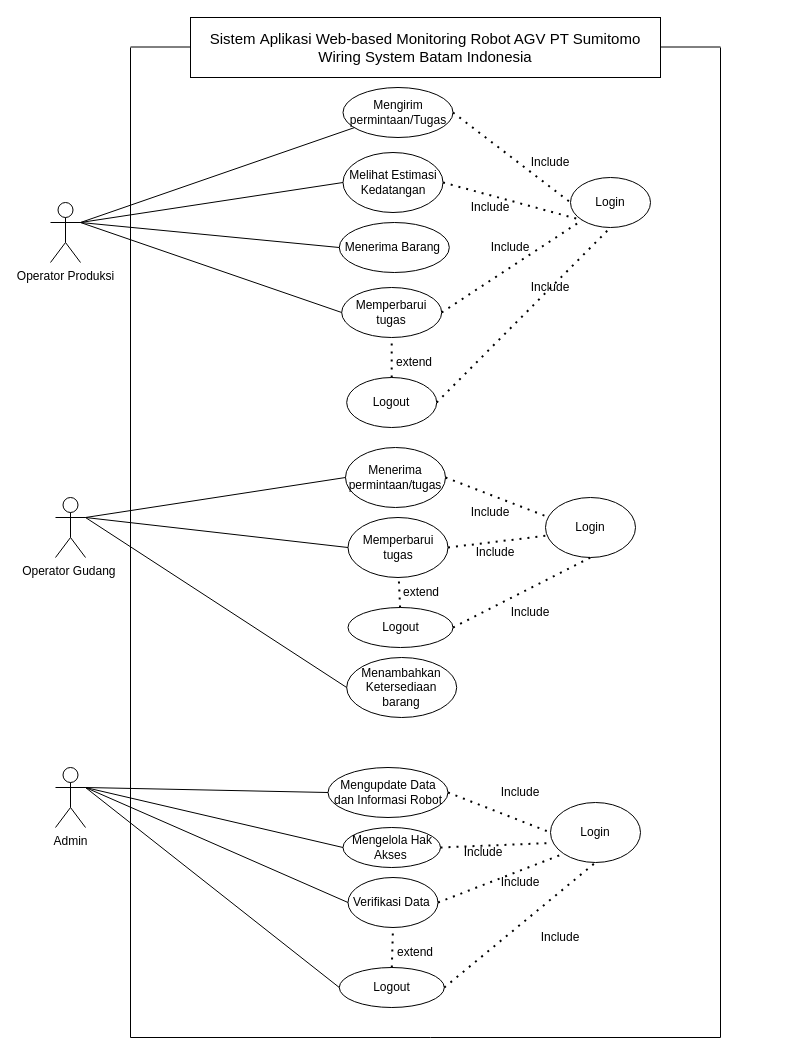
Earlier version of the draw.io diagram Usecase diagram_PBL IF-08.drawio (MANGasu50/PBLIF-08). Source tidied: cells renumbered, new cells numbered last; positions are measured from the earlier drawing's top-left corner, leaving out a move shared by most shapes. Both pictures are drawn from the tidied source at 100%, with x=0, y=0 at pixel (50, 17).
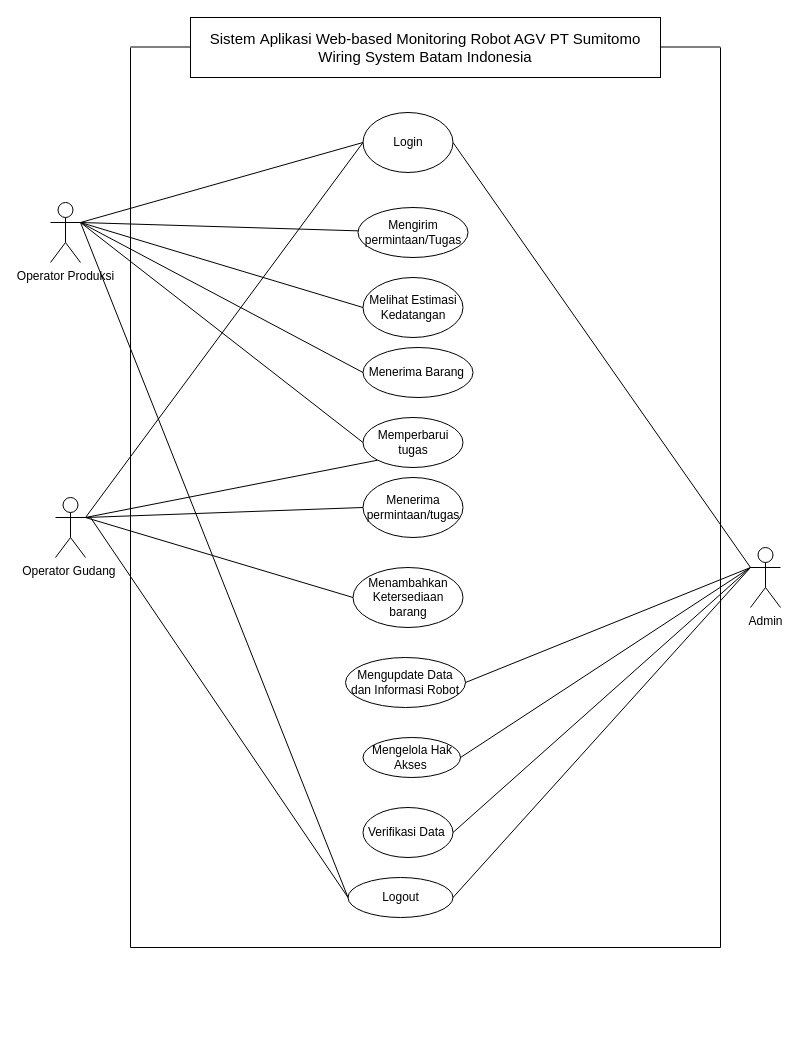
The same page after the edit.

The change refers to these unchanged cells:
```xml
<mxCell id="2" value="Operator Gudang&amp;nbsp;" style="shape=umlActor;verticalLabelPosition=bottom;verticalAlign=top;html=1;outlineConnect=0;" parent="1" vertex="1">
  <mxGeometry x="5" y="480" width="30" height="60" as="geometry" />
</mxCell>
<mxCell id="3" value="Operator Produksi" style="shape=umlActor;verticalLabelPosition=bottom;verticalAlign=top;html=1;outlineConnect=0;" parent="1" vertex="1">
  <mxGeometry y="185" width="30" height="60" as="geometry" />
</mxCell>
```

Diff of the diagram source:
```diff
@@
     <mxCell id="4" value="Menerima permintaan/tugas" style="ellipse;whiteSpace=wrap;html=1;" parent="1" vertex="1">
-      <mxGeometry x="295" y="430" width="100" height="60" as="geometry" />
+      <mxGeometry x="312.5" y="460" width="100" height="60" as="geometry" />
     </mxCell>
     <mxCell id="5" value="Menerima Barang&amp;nbsp;" style="ellipse;whiteSpace=wrap;html=1;" parent="1" vertex="1">
-      <mxGeometry x="288.8" y="205" width="110" height="50" as="geometry" />
+      <mxGeometry x="312.5" y="330" width="110" height="50" as="geometry" />
     </mxCell>
     <mxCell id="6" value="Admin" style="shape=umlActor;verticalLabelPosition=bottom;verticalAlign=top;html=1;outlineConnect=0;" parent="1" vertex="1">
-      <mxGeometry x="5" y="750" width="30" height="60" as="geometry" />
+      <mxGeometry x="700" y="530" width="30" height="60" as="geometry" />
     </mxCell>
-    <mxCell id="7" value="Memperbarui tugas" style="ellipse;whiteSpace=wrap;html=1;" parent="1" vertex="1">
-      <mxGeometry x="297.5" y="500" width="100" height="60" as="geometry" />
-    </mxCell>
     <mxCell id="8" value="Melihat Estimasi Kedatangan" style="ellipse;whiteSpace=wrap;html=1;" parent="1" vertex="1">
-      <mxGeometry x="292.5" y="135" width="100" height="60" as="geometry" />
+      <mxGeometry x="312.5" y="260" width="100" height="60" as="geometry" />
     </mxCell>
     <mxCell id="9" value="Mengupdate Data dan Informasi Robot" style="ellipse;whiteSpace=wrap;html=1;" parent="1" vertex="1">
-      <mxGeometry x="277.5" y="750" width="120" height="50" as="geometry" />
+      <mxGeometry x="295" y="640" width="120" height="50" as="geometry" />
     </mxCell>
     <mxCell id="10" value="Mengelola Hak Akses&amp;nbsp;" style="ellipse;whiteSpace=wrap;html=1;" parent="1" vertex="1">
-      <mxGeometry x="292.5" y="810" width="97.5" height="40" as="geometry" />
+      <mxGeometry x="312.5" y="720" width="97.5" height="40" as="geometry" />
     </mxCell>
     <mxCell id="11" value="Menambahkan Ketersediaan barang" style="ellipse;whiteSpace=wrap;html=1;" parent="1" vertex="1">
-      <mxGeometry x="296.2" y="640" width="110" height="60" as="geometry" />
+      <mxGeometry x="302.5" y="550" width="110" height="60" as="geometry" />
     </mxCell>
@@
-    <mxCell id="13" style="endArrow=none;html=1;rounded=0;exitX=1;exitY=0.3333333333333333;exitDx=0;exitDy=0;exitPerimeter=0;entryX=0;entryY=0.5;entryDx=0;entryDy=0;" parent="1" edge="1" source="2" target="7">
+    <mxCell id="13" style="endArrow=none;html=1;rounded=0;exitX=1;exitY=0.3333333333333333;exitDx=0;exitDy=0;exitPerimeter=0;entryX=0;entryY=1;entryDx=0;entryDy=0;" parent="1" edge="1" source="2" target="19">
       <mxGeometry relative="1" as="geometry" />
     </mxCell>
@@
-    <mxCell id="15" style="endArrow=none;html=1;rounded=0;exitX=0;exitY=0.5;exitDx=0;exitDy=0;entryX=1;entryY=0.3333333333333333;entryDx=0;entryDy=0;entryPerimeter=0;" parent="1" edge="1" source="10" target="6">
-      <mxGeometry relative="1" as="geometry" />
-    </mxCell>
-    <mxCell id="16" style="endArrow=none;html=1;rounded=0;exitX=0;exitY=0.5;exitDx=0;exitDy=0;entryX=1;entryY=0.3333333333333333;entryDx=0;entryDy=0;entryPerimeter=0;" parent="1" edge="1" source="9" target="6">
+    <mxCell id="16" style="endArrow=none;html=1;rounded=0;exitX=1;exitY=0.5;exitDx=0;exitDy=0;entryX=0;entryY=0.3333333333333333;entryDx=0;entryDy=0;entryPerimeter=0;" parent="1" edge="1" source="9" target="6">
       <mxGeometry relative="1" as="geometry" />
     </mxCell>
     <mxCell id="17" value="Verifikasi Data&amp;nbsp;" style="ellipse;whiteSpace=wrap;html=1;" parent="1" vertex="1">
-      <mxGeometry x="297.5" y="860" width="90" height="50" as="geometry" />
+      <mxGeometry x="312.5" y="790" width="90" height="50" as="geometry" />
     </mxCell>
-    <mxCell id="18" style="endArrow=none;html=1;rounded=0;exitX=0;exitY=0.5;exitDx=0;exitDy=0;entryX=1;entryY=0.3333333333333333;entryDx=0;entryDy=0;entryPerimeter=0;" parent="1" edge="1" source="17" target="6">
+    <mxCell id="18" style="endArrow=none;html=1;rounded=0;exitX=1;exitY=0.5;exitDx=0;exitDy=0;entryX=0;entryY=0.3333333333333333;entryDx=0;entryDy=0;entryPerimeter=0;" parent="1" edge="1" source="17" target="6">
       <mxGeometry relative="1" as="geometry" />
     </mxCell>
     <mxCell id="19" value="Memperbarui tugas" style="ellipse;whiteSpace=wrap;html=1;" parent="1" vertex="1">
-      <mxGeometry x="291.2" y="270" width="100" height="50" as="geometry" />
+      <mxGeometry x="312.5" y="400" width="100" height="50" as="geometry" />
     </mxCell>
@@
     <mxCell id="22" style="endArrow=none;html=1;rounded=0;" parent="1" edge="1">
       <mxGeometry relative="1" as="geometry">
-        <mxPoint x="80" y="1020" as="sourcePoint" />
+        <mxPoint x="80" y="930" as="sourcePoint" />
         <mxPoint x="80" y="30" as="targetPoint" />
       </mxGeometry>
     </mxCell>
     <mxCell id="23" style="endArrow=none;html=1;rounded=0;" parent="1" edge="1">
       <mxGeometry relative="1" as="geometry">
-        <mxPoint x="670" y="1020" as="sourcePoint" />
+        <mxPoint x="670" y="930" as="sourcePoint" />
         <mxPoint x="670" y="30" as="targetPoint" />
       </mxGeometry>
     </mxCell>
@@
     <mxCell id="25" style="endArrow=none;html=1;rounded=0;" parent="1" edge="1">
       <mxGeometry relative="1" as="geometry">
-        <mxPoint x="80" y="1020" as="sourcePoint" />
-        <mxPoint x="670" y="1020" as="targetPoint" />
-        <Array as="points">
-          <mxPoint x="380" y="1020" />
-        </Array>
+        <mxPoint x="80" y="930" as="sourcePoint" />
+        <mxPoint x="670" y="930" as="targetPoint" />
       </mxGeometry>
     </mxCell>
@@
     <mxCell id="28" value="Login" style="ellipse;whiteSpace=wrap;html=1;" parent="1" vertex="1">
-      <mxGeometry x="495" y="480" width="90" height="60" as="geometry" />
+      <mxGeometry x="312.5" y="95" width="90" height="60" as="geometry" />
     </mxCell>
-    <mxCell id="29" style="endArrow=none;dashed=1;html=1;dashPattern=1 3;strokeWidth=2;rounded=0;exitX=1;exitY=0.5;exitDx=0;exitDy=0;entryX=0.006;entryY=0.313;entryDx=0;entryDy=0;entryPerimeter=0;" parent="1" edge="1" source="4" target="28">
-      <mxGeometry relative="1" as="geometry" />
-    </mxCell>
-    <mxCell id="30" value="Include" style="text;html=1;strokeColor=none;fillColor=none;align=center;verticalAlign=middle;whiteSpace=wrap;rounded=0;" parent="1" vertex="1">
-      <mxGeometry x="410" y="480" width="60" height="30" as="geometry" />
-    </mxCell>
     <mxCell id="31" value="Logout" style="ellipse;whiteSpace=wrap;html=1;" parent="1" vertex="1">
-      <mxGeometry x="297.5" y="590" width="105" height="40" as="geometry" />
+      <mxGeometry x="297.5" y="860" width="105" height="40" as="geometry" />
     </mxCell>
-    <mxCell id="32" style="endArrow=none;dashed=1;html=1;dashPattern=1 3;strokeWidth=2;rounded=0;" parent="1" edge="1" source="31" target="7">
-      <mxGeometry relative="1" as="geometry" />
-    </mxCell>
-    <mxCell id="33" value="extend" style="text;html=1;strokeColor=none;fillColor=none;align=center;verticalAlign=middle;whiteSpace=wrap;rounded=0;" parent="1" vertex="1">
-      <mxGeometry x="341.2" y="560" width="60" height="30" as="geometry" />
-    </mxCell>
-    <mxCell id="34" style="endArrow=none;dashed=1;html=1;dashPattern=1 3;strokeWidth=2;rounded=0;entryX=0.5;entryY=1;entryDx=0;entryDy=0;exitX=1;exitY=0.5;exitDx=0;exitDy=0;" parent="1" edge="1" source="31" target="28">
-      <mxGeometry relative="1" as="geometry" />
-    </mxCell>
-    <mxCell id="35" value="Include" style="text;html=1;strokeColor=none;fillColor=none;align=center;verticalAlign=middle;whiteSpace=wrap;rounded=0;" parent="1" vertex="1">
-      <mxGeometry x="450" y="580" width="60" height="30" as="geometry" />
-    </mxCell>
-    <mxCell id="36" value="Login" style="ellipse;whiteSpace=wrap;html=1;" parent="1" vertex="1">
-      <mxGeometry x="520" y="160" width="80" height="50" as="geometry" />
-    </mxCell>
@@
     <mxCell id="38" value="Mengirim permintaan/Tugas" style="ellipse;whiteSpace=wrap;html=1;" parent="1" vertex="1">
-      <mxGeometry x="292.5" y="70" width="110" height="50" as="geometry" />
+      <mxGeometry x="307.5" y="190" width="110" height="50" as="geometry" />
     </mxCell>
-    <mxCell id="39" style="endArrow=none;dashed=1;html=1;dashPattern=1 3;strokeWidth=2;rounded=0;exitX=1;exitY=0.5;exitDx=0;exitDy=0;entryX=0;entryY=0.5;entryDx=0;entryDy=0;" parent="1" edge="1" source="38" target="36">
-      <mxGeometry relative="1" as="geometry" />
-    </mxCell>
-    <mxCell id="40" style="endArrow=none;dashed=1;html=1;dashPattern=1 3;strokeWidth=2;rounded=0;entryX=0.5;entryY=1;entryDx=0;entryDy=0;exitX=1;exitY=0.5;exitDx=0;exitDy=0;" parent="1" edge="1" source="41" target="36">
-      <mxGeometry relative="1" as="geometry" />
-    </mxCell>
-    <mxCell id="41" value="Logout" style="ellipse;whiteSpace=wrap;html=1;" parent="1" vertex="1">
-      <mxGeometry x="296.2" y="360" width="90" height="50" as="geometry" />
-    </mxCell>
-    <mxCell id="42" style="endArrow=none;dashed=1;html=1;dashPattern=1 3;strokeWidth=2;rounded=0;exitX=0.5;exitY=0;exitDx=0;exitDy=0;entryX=0.5;entryY=1;entryDx=0;entryDy=0;" parent="1" edge="1" source="41" target="19">
-      <mxGeometry relative="1" as="geometry" />
-    </mxCell>
-    <mxCell id="43" value="extend" style="text;html=1;strokeColor=none;fillColor=none;align=center;verticalAlign=middle;whiteSpace=wrap;rounded=0;" parent="1" vertex="1">
-      <mxGeometry x="333.8" y="330" width="60" height="30" as="geometry" />
-    </mxCell>
-    <mxCell id="44" value="Include" style="text;html=1;strokeColor=none;fillColor=none;align=center;verticalAlign=middle;whiteSpace=wrap;rounded=0;" parent="1" vertex="1">
-      <mxGeometry x="470" y="130" width="60" height="30" as="geometry" />
-    </mxCell>
-    <mxCell id="45" value="Include" style="text;html=1;strokeColor=none;fillColor=none;align=center;verticalAlign=middle;whiteSpace=wrap;rounded=0;" parent="1" vertex="1">
-      <mxGeometry x="470" y="255" width="60" height="30" as="geometry" />
-    </mxCell>
-    <mxCell id="46" value="Logout" style="ellipse;whiteSpace=wrap;html=1;" parent="1" vertex="1">
-      <mxGeometry x="288.8" y="950" width="105" height="40" as="geometry" />
-    </mxCell>
-    <mxCell id="47" style="endArrow=none;html=1;rounded=0;exitX=0;exitY=0.5;exitDx=0;exitDy=0;entryX=1;entryY=0.3333333333333333;entryDx=0;entryDy=0;entryPerimeter=0;" parent="1" edge="1" source="46" target="6">
-      <mxGeometry relative="1" as="geometry" />
-    </mxCell>
-    <mxCell id="48" value="Login" style="ellipse;whiteSpace=wrap;html=1;" parent="1" vertex="1">
-      <mxGeometry x="500" y="785" width="90" height="60" as="geometry" />
-    </mxCell>
-    <mxCell id="49" value="Include" style="text;html=1;strokeColor=none;fillColor=none;align=center;verticalAlign=middle;whiteSpace=wrap;rounded=0;" parent="1" vertex="1">
-      <mxGeometry x="440" y="760" width="60" height="30" as="geometry" />
-    </mxCell>
-    <mxCell id="50" value="Include" style="text;html=1;strokeColor=none;fillColor=none;align=center;verticalAlign=middle;whiteSpace=wrap;rounded=0;" parent="1" vertex="1">
-      <mxGeometry x="480" y="905" width="60" height="30" as="geometry" />
-    </mxCell>
-    <mxCell id="51" style="endArrow=none;dashed=1;html=1;dashPattern=1 3;strokeWidth=2;rounded=0;entryX=0;entryY=0.5;entryDx=0;entryDy=0;exitX=1;exitY=0.5;exitDx=0;exitDy=0;" parent="1" edge="1" source="9" target="48">
-      <mxGeometry relative="1" as="geometry" />
-    </mxCell>
-    <mxCell id="52" style="endArrow=none;dashed=1;html=1;dashPattern=1 3;strokeWidth=2;rounded=0;entryX=0.5;entryY=1;entryDx=0;entryDy=0;exitX=1;exitY=0.5;exitDx=0;exitDy=0;" parent="1" edge="1" source="46" target="48">
-      <mxGeometry relative="1" as="geometry" />
-    </mxCell>
-    <mxCell id="53" style="endArrow=none;dashed=1;html=1;dashPattern=1 3;strokeWidth=2;rounded=0;entryX=0.5;entryY=1;entryDx=0;entryDy=0;exitX=0.5;exitY=0;exitDx=0;exitDy=0;" parent="1" edge="1" source="46" target="17">
-      <mxGeometry relative="1" as="geometry" />
-    </mxCell>
-    <mxCell id="54" value="extend" style="text;html=1;strokeColor=none;fillColor=none;align=center;verticalAlign=middle;whiteSpace=wrap;rounded=0;" parent="1" vertex="1">
-      <mxGeometry x="335" y="920" width="60" height="30" as="geometry" />
-    </mxCell>
-    <mxCell id="55" style="endArrow=none;dashed=1;html=1;dashPattern=1 3;strokeWidth=2;rounded=0;entryX=0;entryY=1;entryDx=0;entryDy=0;exitX=1;exitY=0.5;exitDx=0;exitDy=0;" parent="1" edge="1" source="8" target="36">
-      <mxGeometry relative="1" as="geometry" />
-    </mxCell>
-    <mxCell id="56" style="endArrow=none;dashed=1;html=1;dashPattern=1 3;strokeWidth=2;rounded=0;exitX=1;exitY=0.5;exitDx=0;exitDy=0;entryX=0;entryY=1;entryDx=0;entryDy=0;" parent="1" edge="1" source="17" target="48">
-      <mxGeometry relative="1" as="geometry" />
-    </mxCell>
-    <mxCell id="57" style="endArrow=none;dashed=1;html=1;dashPattern=1 3;strokeWidth=2;rounded=0;exitX=1;exitY=0.5;exitDx=0;exitDy=0;entryX=0.007;entryY=0.675;entryDx=0;entryDy=0;entryPerimeter=0;" parent="1" edge="1" source="10" target="48">
-      <mxGeometry relative="1" as="geometry" />
-    </mxCell>
-    <mxCell id="58" style="endArrow=none;dashed=1;html=1;dashPattern=1 3;strokeWidth=2;rounded=0;entryX=0.021;entryY=0.635;entryDx=0;entryDy=0;entryPerimeter=0;exitX=1;exitY=0.5;exitDx=0;exitDy=0;" parent="1" edge="1" source="7" target="28">
-      <mxGeometry relative="1" as="geometry" />
-    </mxCell>
-    <mxCell id="59" style="endArrow=none;dashed=1;html=1;dashPattern=1 3;strokeWidth=2;rounded=0;entryX=0;entryY=1;entryDx=0;entryDy=0;exitX=1;exitY=0.5;exitDx=0;exitDy=0;" parent="1" edge="1" source="19" target="36">
-      <mxGeometry relative="1" as="geometry" />
-    </mxCell>
-    <mxCell id="60" value="Include" style="text;html=1;strokeColor=none;fillColor=none;align=center;verticalAlign=middle;whiteSpace=wrap;rounded=0;" parent="1" vertex="1">
-      <mxGeometry x="430" y="215" width="60" height="30" as="geometry" />
-    </mxCell>
-    <mxCell id="61" value="Include" style="text;html=1;strokeColor=none;fillColor=none;align=center;verticalAlign=middle;whiteSpace=wrap;rounded=0;" parent="1" vertex="1">
-      <mxGeometry x="410" y="175" width="60" height="30" as="geometry" />
-    </mxCell>
-    <mxCell id="62" value="Include" style="text;html=1;strokeColor=none;fillColor=none;align=center;verticalAlign=middle;whiteSpace=wrap;rounded=0;" parent="1" vertex="1">
-      <mxGeometry x="402.5" y="820" width="60" height="30" as="geometry" />
-    </mxCell>
-    <mxCell id="63" value="Include" style="text;html=1;strokeColor=none;fillColor=none;align=center;verticalAlign=middle;whiteSpace=wrap;rounded=0;" parent="1" vertex="1">
-      <mxGeometry x="440" y="850" width="60" height="30" as="geometry" />
-    </mxCell>
-    <mxCell id="64" value="Include" style="text;html=1;strokeColor=none;fillColor=none;align=center;verticalAlign=middle;whiteSpace=wrap;rounded=0;" parent="1" vertex="1">
-      <mxGeometry x="415" y="520" width="60" height="30" as="geometry" />
-    </mxCell>
+    <mxCell id="65" style="endArrow=none;html=1;rounded=0;exitX=1;exitY=0.3333333333333333;exitDx=0;exitDy=0;exitPerimeter=0;entryX=0;entryY=0.5;entryDx=0;entryDy=0;" parent="1" edge="1" source="2" target="28">
+      <mxGeometry relative="1" as="geometry" />
+    </mxCell>
+    <mxCell id="66" style="endArrow=none;html=1;rounded=0;exitX=1;exitY=0.3333333333333333;exitDx=0;exitDy=0;exitPerimeter=0;entryX=0;entryY=0.5;entryDx=0;entryDy=0;" parent="1" edge="1" source="3" target="28">
+      <mxGeometry relative="1" as="geometry" />
+    </mxCell>
+    <mxCell id="15" style="endArrow=none;html=1;rounded=0;exitX=1;exitY=0.5;exitDx=0;exitDy=0;entryX=0;entryY=0.3333333333333333;entryDx=0;entryDy=0;entryPerimeter=0;" parent="1" edge="1" source="10" target="6">
+      <mxGeometry relative="1" as="geometry" />
+    </mxCell>
+    <mxCell id="67" style="endArrow=none;html=1;rounded=0;exitX=1;exitY=0.5;exitDx=0;exitDy=0;" parent="1" edge="1" source="31">
+      <mxGeometry relative="1" as="geometry">
+        <mxPoint x="700" y="550" as="targetPoint" />
+      </mxGeometry>
+    </mxCell>
+    <mxCell id="68" style="endArrow=none;html=1;rounded=0;entryX=0;entryY=0.5;entryDx=0;entryDy=0;" parent="1" edge="1" target="31">
+      <mxGeometry relative="1" as="geometry">
+        <mxPoint x="40" y="500" as="sourcePoint" />
+      </mxGeometry>
+    </mxCell>
+    <mxCell id="69" style="endArrow=none;html=1;rounded=0;entryX=0;entryY=0.3333333333333333;entryDx=0;entryDy=0;entryPerimeter=0;exitX=1;exitY=0.5;exitDx=0;exitDy=0;" parent="1" edge="1" source="28" target="6">
+      <mxGeometry relative="1" as="geometry" />
+    </mxCell>
+    <mxCell id="70" style="endArrow=none;html=1;rounded=0;entryX=1;entryY=0.3333333333333333;entryDx=0;entryDy=0;entryPerimeter=0;exitX=0;exitY=0.5;exitDx=0;exitDy=0;" parent="1" edge="1" source="31" target="3">
+      <mxGeometry relative="1" as="geometry" />
+    </mxCell>
```
